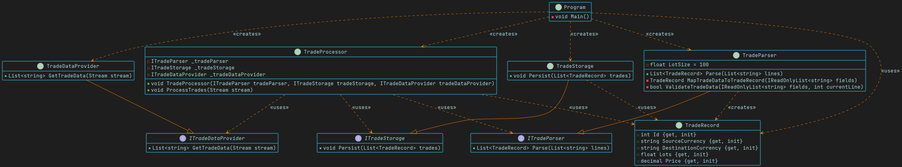
Shane-Wilson-class/solid-project-1 keeps this PlantUML diagram as solid-project-1/After.png. Above is the earlier version.
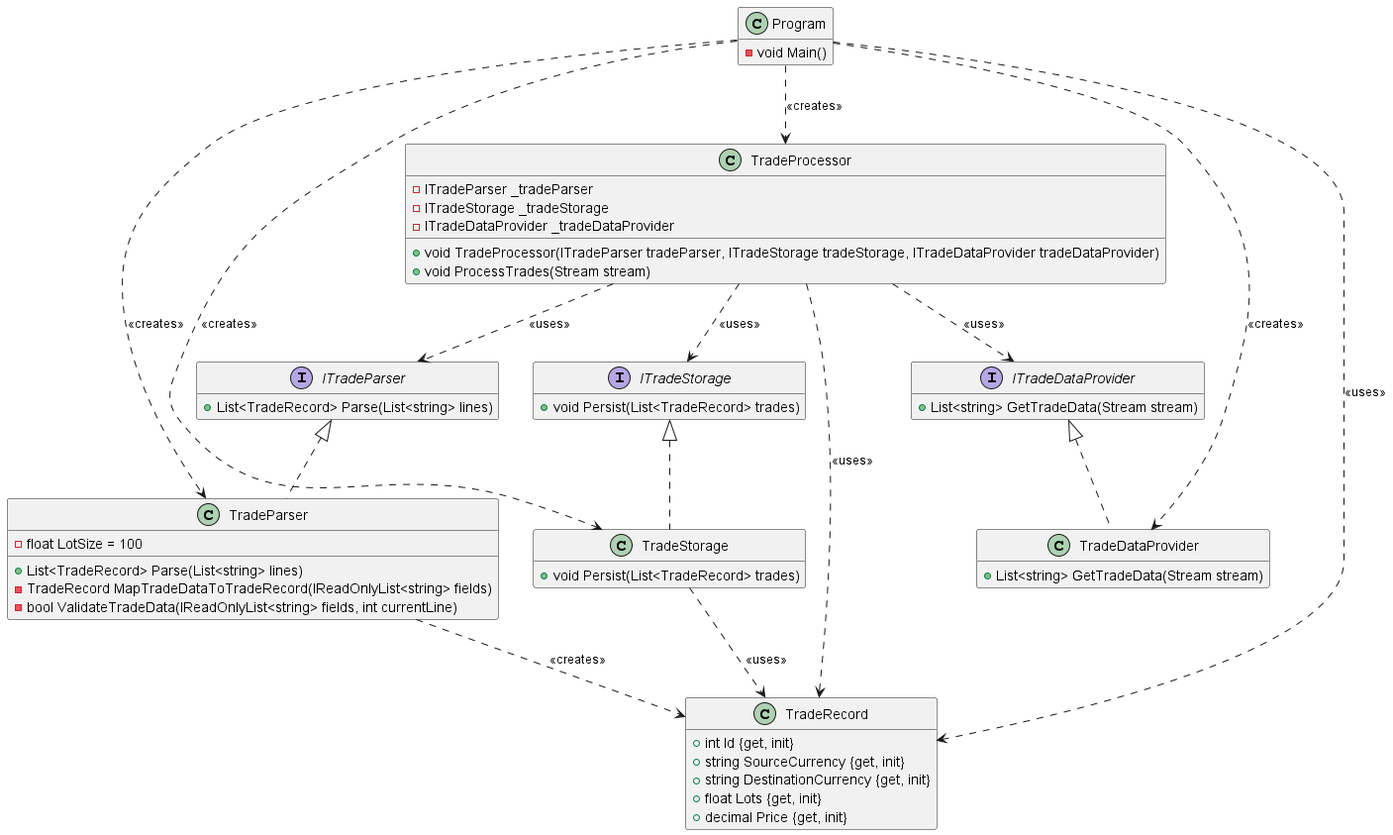
After the commit.

The edit, as a diff of the source:
```diff
@@ -1,29 +1,6 @@
 @startuml
 
 hide empty members
-
-skinparam backgroundColor  #1E1E1E
-skinparam DefaultFontColor #A9DCDF
-skinparam DefaultFontSize 16
-skinparam DefaultFontName JetBrains Mono
-
-skinparam class {
-  BackgroundColor #1E1E1E
-  BorderColor #2D91AF
-  ArrowColor #FF8000
-  BorderThickness 2
-}
-
-skinparam package {
-  BackgroundColor #0
-  BorderColor #2D91AF
-}
-
-skinparam note {
-  BackgroundColor #565656
-  BorderColor #F78782
-  FontColor #A9DCDF
-}
 
 interface ITradeDataProvider {
     + List<string> GetTradeData(Stream stream)
@@ -72,9 +49,9 @@
     - void Main()
 }
 
-TradeDataProvider --|> ITradeDataProvider
-TradeParser --|> ITradeParser
-TradeStorage --|> ITradeStorage
+TradeDataProvider ..up|> ITradeDataProvider
+TradeParser ..up|> ITradeParser
+TradeStorage ..up|> ITradeStorage
 TradeProcessor ..> ITradeDataProvider: <<uses>>
 TradeProcessor ..> ITradeParser: <<uses>>
 TradeProcessor ..> ITradeStorage: <<uses>>
```
